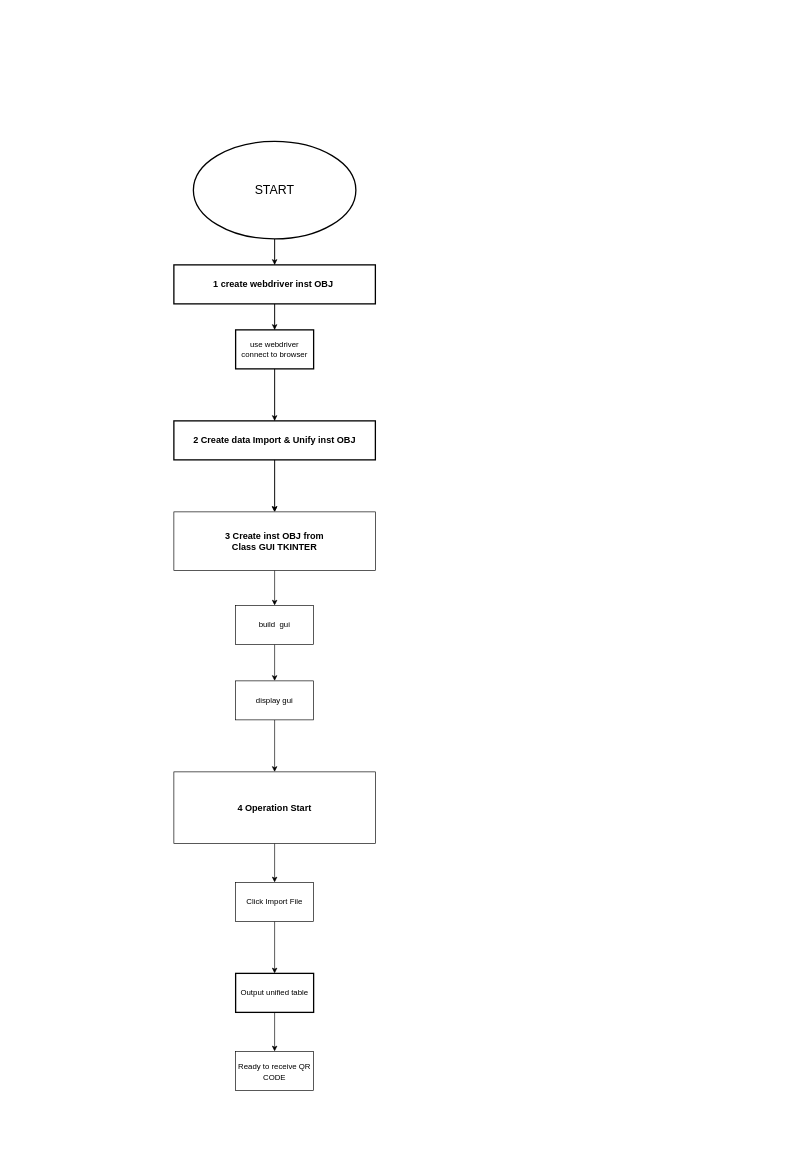
iHaveNoKnowledge/Python keeps this draw.io diagram as projects/auto_sn/flowchart.drawio. Above is the earlier version. Source tidied: cells renumbered, new cells numbered last; positions are measured from the earlier drawing's top-left corner, leaving out a move shared by most shapes. Both pictures are drawn from the tidied source at 65%, with x=0, y=0 at pixel (174, 141).
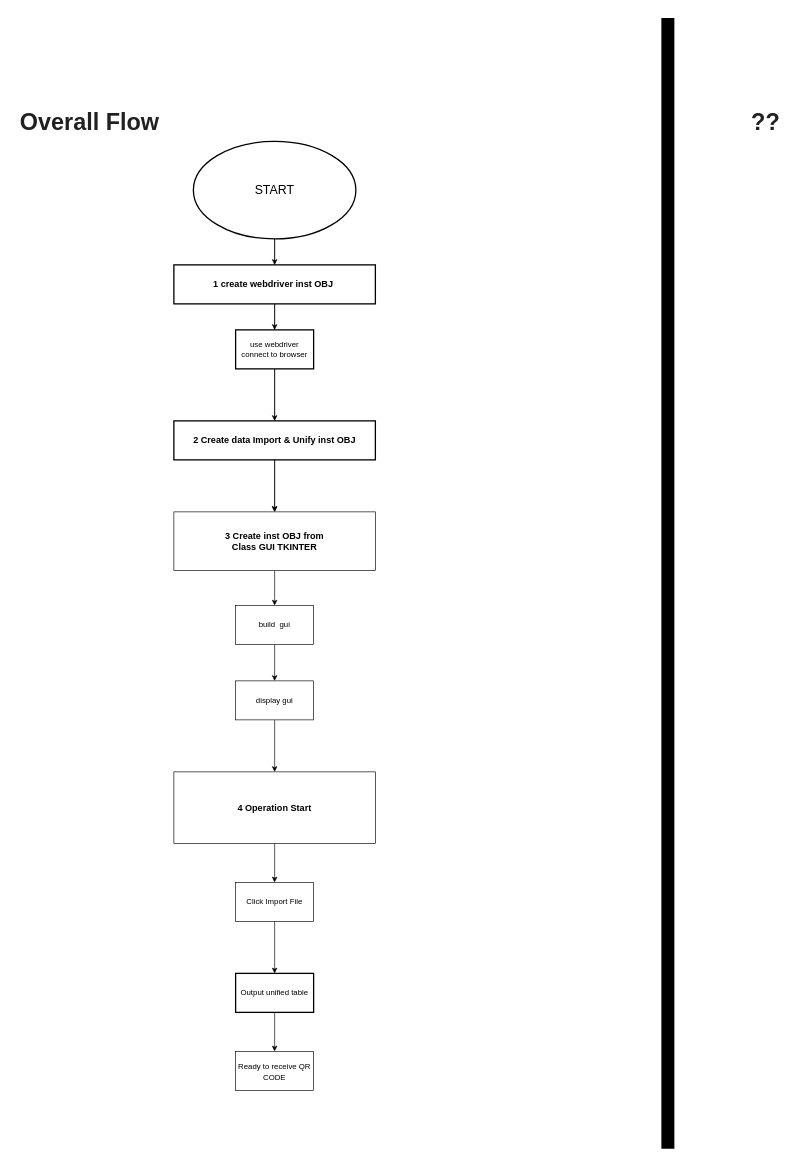
After the change.

Change to the diagram source:
```diff
@@
+    <mxCell id="24" value="&lt;font size=&quot;1&quot; style=&quot;&quot; color=&quot;#212121&quot;&gt;&lt;b style=&quot;font-size: 36px;&quot;&gt;Overall Flow&lt;/b&gt;&lt;/font&gt;" style="text;html=1;align=center;verticalAlign=middle;strokeColor=none;fillColor=#FFFFFF;" parent="1" vertex="1">
+      <mxGeometry x="-250" y="-60" width="240" height="60" as="geometry" />
+    </mxCell>
+    <mxCell id="25" style="endArrow=none;html=1;fontSize=36;fontColor=#212121;strokeColor=#000000;strokeWidth=20;" parent="1" edge="1">
+      <mxGeometry relative="1" as="geometry">
+        <mxPoint x="760" y="1550" as="sourcePoint" />
+        <mxPoint x="760" y="-190" as="targetPoint" />
+      </mxGeometry>
+    </mxCell>
+    <mxCell id="26" value="&lt;font size=&quot;1&quot; style=&quot;&quot; color=&quot;#212121&quot;&gt;&lt;b style=&quot;font-size: 36px;&quot;&gt;??&lt;/b&gt;&lt;/font&gt;" style="text;html=1;align=center;verticalAlign=middle;strokeColor=none;fillColor=#FFFFFF;" parent="1" vertex="1">
+      <mxGeometry x="875" y="-60" width="70" height="60" as="geometry" />
+    </mxCell>
```
